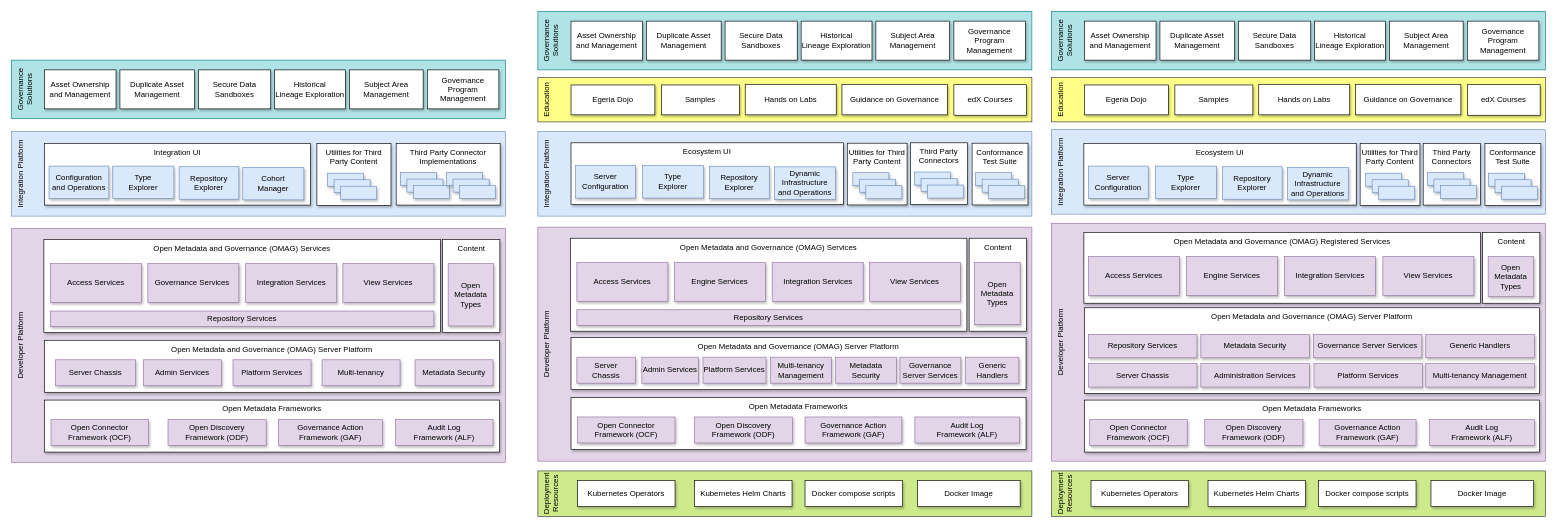
This is page "functional-organization" (4 of 24) of site/docs/release-notes/egeria-status.drawio from odpi/egeria-docs, a draw.io file, before an edit. Source tidied: cells renumbered, new cells numbered last; positions are measured from the earlier drawing's top-left corner, leaving out a move shared by most shapes. Both pictures are drawn from the tidied source at 65%, with x=0, y=0 at pixel (11, 11).
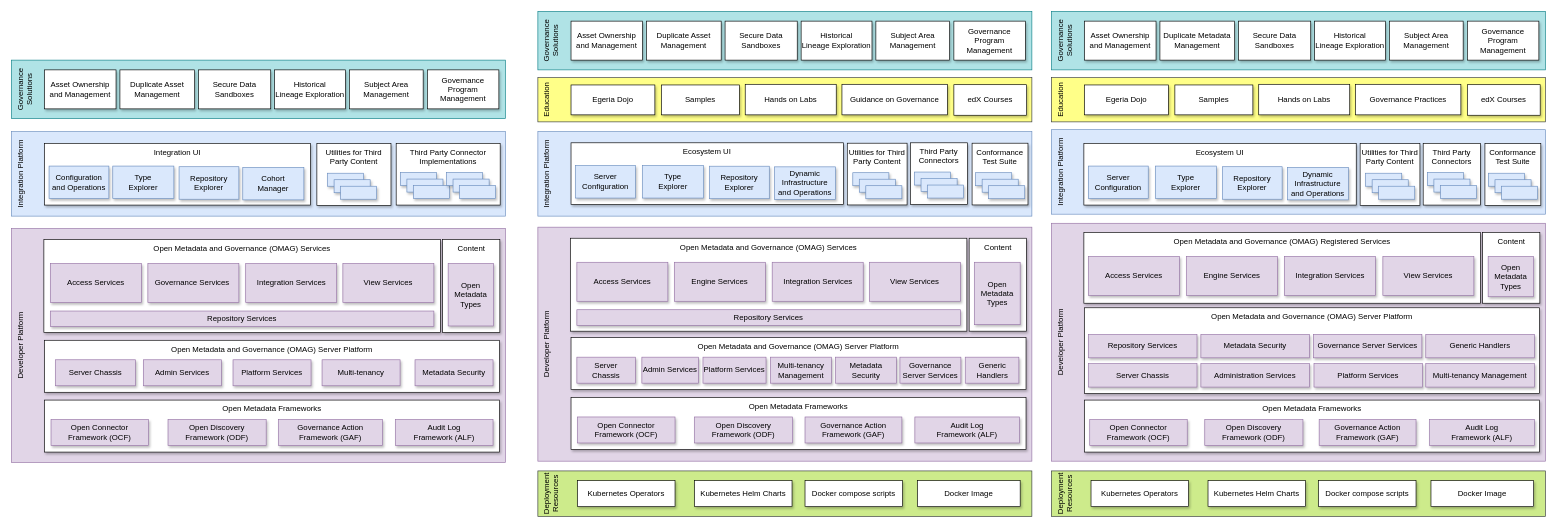
The same diagram, later.

The edit, as a diff of the source:
```diff
@@
-    <mxCell id="129" value="Duplicate Asset Management" style="rounded=0;whiteSpace=wrap;html=1;align=center;flipH=0;shadow=1;" parent="1" vertex="1">
+    <mxCell id="129" value="Duplicate Metadata Management" style="rounded=0;whiteSpace=wrap;html=1;align=center;flipH=0;shadow=1;" parent="1" vertex="1">
       <mxGeometry x="1767" y="15" width="115" height="60" as="geometry" />
     </mxCell>
@@
-    <mxCell id="137" value="Guidance on Governance" style="rounded=0;whiteSpace=wrap;html=1;align=center;flipH=0;shadow=1;" parent="1" vertex="1">
+    <mxCell id="137" value="Governance Practices" style="rounded=0;whiteSpace=wrap;html=1;align=center;flipH=0;shadow=1;" parent="1" vertex="1">
       <mxGeometry x="2067.8" y="112.2" width="162.2" height="47" as="geometry" />
     </mxCell>
```
